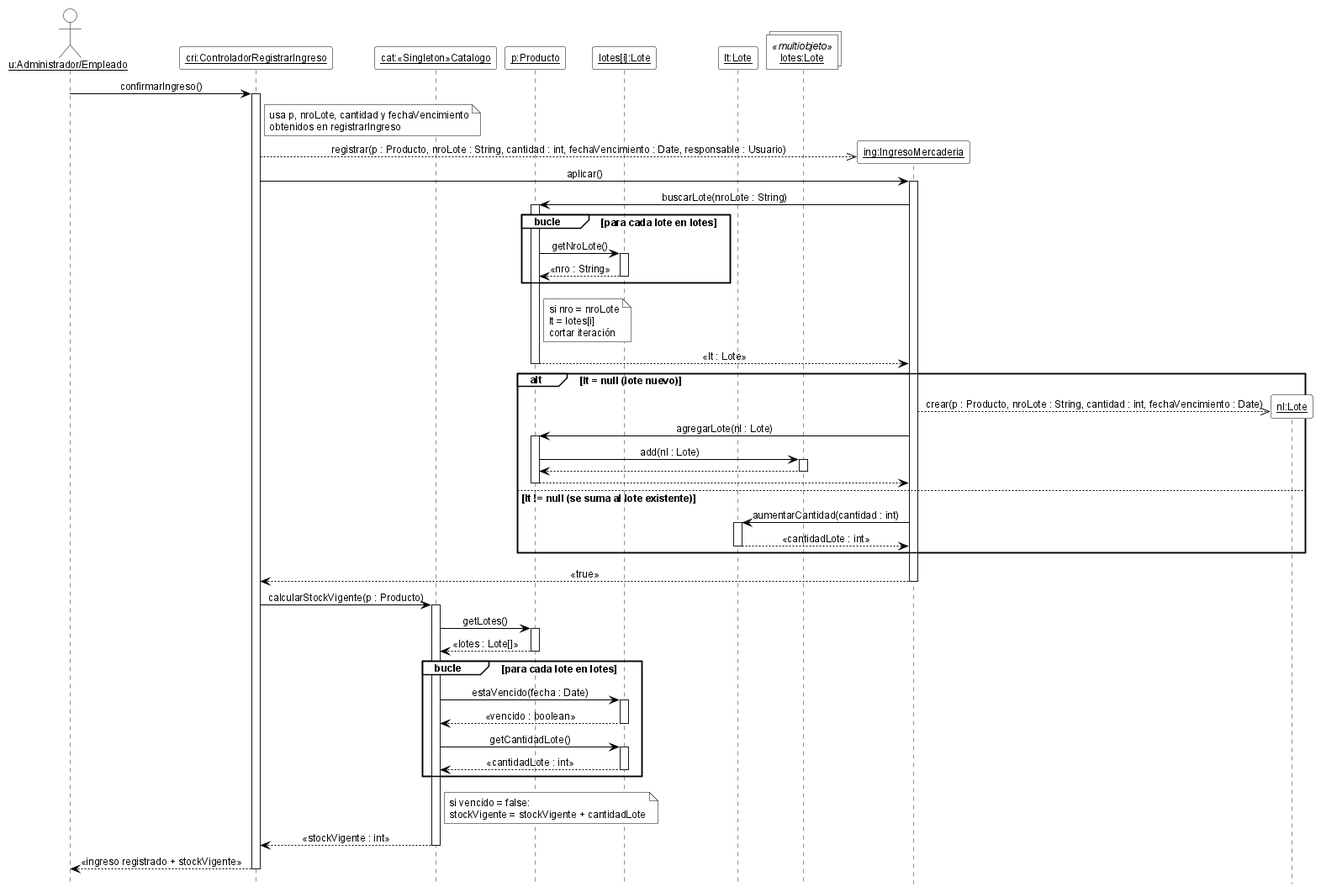
The PlantUML diagram 08-Diagrama De Secuencia/DSD_CU-05_confirmarIngreso.png in cirotop/Stock-Project, before a commit. Source of this version:
```plantuml
@startuml DSD_CU-05_confirmarIngreso
hide footbox
skinparam shadowing false
skinparam defaultFontName Arial
skinparam defaultFontSize 12
skinparam sequenceMessageAlign center
skinparam ArrowColor black
skinparam ParticipantBackgroundColor white
skinparam ParticipantBorderColor black
skinparam CollectionsBackgroundColor white
skinparam CollectionsBorderColor black
skinparam ActorBackgroundColor white
skinparam ActorBorderColor black
skinparam LifeLineBorderColor black
skinparam LifeLineBackgroundColor white
skinparam SequenceGroupBackgroundColor white
skinparam SequenceGroupBorderColor black
skinparam SequenceGroupHeaderFontColor black
skinparam NoteBackgroundColor white
skinparam NoteBorderColor black

actor "<u>u:Administrador/Empleado</u>" as u
participant "<u>cri:ControladorRegistrarIngreso</u>" as cri
participant "<u>cat:«Singleton»Catalogo</u>" as cat
participant "<u>p:Producto</u>" as p
participant "<u>lotes[i]:Lote</u>" as li
participant "<u>lt:Lote</u>" as lt
collections "<u>lotes:Lote</u>" as ml <<multiobjeto>>

u -> cri ++ : confirmarIngreso()
note right of cri : usa p, nroLote, cantidad y fechaVencimiento\nobtenidos en registrarIngreso
create participant "<u>ing:IngresoMercaderia</u>" as ing
cri -->> ing : registrar(p : Producto, nroLote : String, cantidad : int, fechaVencimiento : Date, responsable : Usuario)
cri -> ing ++ : aplicar()
ing -> p ++ : buscarLote(nroLote : String)
group bucle [para cada lote en lotes]
  p -> li ++ : getNroLote()
  li --> p -- : «nro : String»
end
note right of p
  si nro = nroLote
  lt = lotes[i]
  cortar iteración
end note
p --> ing -- : «lt : Lote»
alt lt = null (lote nuevo)
  create participant "<u>nl:Lote</u>" as nl
  ing -->> nl : crear(p : Producto, nroLote : String, cantidad : int, fechaVencimiento : Date)
  ing -> p ++ : agregarLote(nl : Lote)
  p -> ml ++ : add(nl : Lote)
  ml --> p --
  p --> ing --
else lt != null (se suma al lote existente)
  ing -> lt ++ : aumentarCantidad(cantidad : int)
  lt --> ing -- : «cantidadLote : int»
end
ing --> cri -- : «true»
cri -> cat ++ : calcularStockVigente(p : Producto)
cat -> p ++ : getLotes()
p --> cat -- : «lotes : Lote[]»
group bucle [para cada lote en lotes]
  cat -> li ++ : estaVencido(fecha : Date)
  li --> cat -- : «vencido : boolean»
  cat -> li ++ : getCantidadLote()
  li --> cat -- : «cantidadLote : int»
end
note right of cat : si vencido = false:\nstockVigente = stockVigente + cantidadLote
cat --> cri -- : «stockVigente : int»
cri --> u -- : «ingreso registrado + stockVigente»

@enduml
```
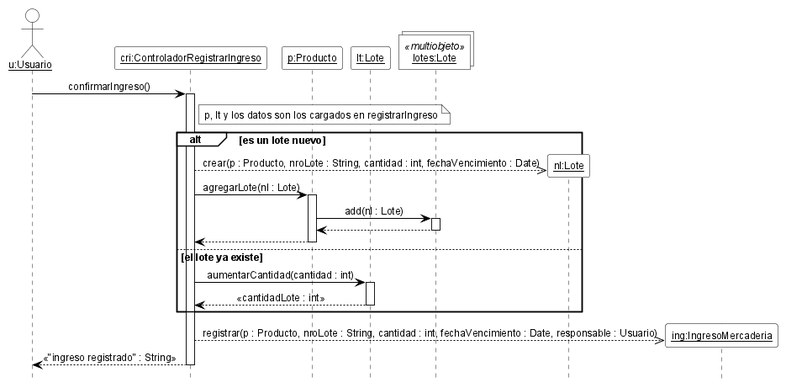
After the change.

What changed in the source:
```diff
@@ -19,53 +19,27 @@
 skinparam NoteBackgroundColor white
 skinparam NoteBorderColor black
 
-actor "<u>u:Administrador/Empleado</u>" as u
+actor "<u>u:Usuario</u>" as u
 participant "<u>cri:ControladorRegistrarIngreso</u>" as cri
-participant "<u>cat:«Singleton»Catalogo</u>" as cat
 participant "<u>p:Producto</u>" as p
-participant "<u>lotes[i]:Lote</u>" as li
 participant "<u>lt:Lote</u>" as lt
 collections "<u>lotes:Lote</u>" as ml <<multiobjeto>>
 
 u -> cri ++ : confirmarIngreso()
-note right of cri : usa p, nroLote, cantidad y fechaVencimiento\nobtenidos en registrarIngreso
+note right of cri : p, lt y los datos son los cargados en registrarIngreso
+alt es un lote nuevo
+  create participant "<u>nl:Lote</u>" as nl
+  cri -->> nl : crear(p : Producto, nroLote : String, cantidad : int, fechaVencimiento : Date)
+  cri -> p ++ : agregarLote(nl : Lote)
+  p -> ml ++ : add(nl : Lote)
+  ml --> p --
+  p --> cri --
+else el lote ya existe
+  cri -> lt ++ : aumentarCantidad(cantidad : int)
+  lt --> cri -- : «cantidadLote : int»
+end
 create participant "<u>ing:IngresoMercaderia</u>" as ing
 cri -->> ing : registrar(p : Producto, nroLote : String, cantidad : int, fechaVencimiento : Date, responsable : Usuario)
-cri -> ing ++ : aplicar()
-ing -> p ++ : buscarLote(nroLote : String)
-group bucle [para cada lote en lotes]
-  p -> li ++ : getNroLote()
-  li --> p -- : «nro : String»
-end
-note right of p
-  si nro = nroLote
-  lt = lotes[i]
-  cortar iteración
-end note
-p --> ing -- : «lt : Lote»
-alt lt = null (lote nuevo)
-  create participant "<u>nl:Lote</u>" as nl
-  ing -->> nl : crear(p : Producto, nroLote : String, cantidad : int, fechaVencimiento : Date)
-  ing -> p ++ : agregarLote(nl : Lote)
-  p -> ml ++ : add(nl : Lote)
-  ml --> p --
-  p --> ing --
-else lt != null (se suma al lote existente)
-  ing -> lt ++ : aumentarCantidad(cantidad : int)
-  lt --> ing -- : «cantidadLote : int»
-end
-ing --> cri -- : «true»
-cri -> cat ++ : calcularStockVigente(p : Producto)
-cat -> p ++ : getLotes()
-p --> cat -- : «lotes : Lote[]»
-group bucle [para cada lote en lotes]
-  cat -> li ++ : estaVencido(fecha : Date)
-  li --> cat -- : «vencido : boolean»
-  cat -> li ++ : getCantidadLote()
-  li --> cat -- : «cantidadLote : int»
-end
-note right of cat : si vencido = false:\nstockVigente = stockVigente + cantidadLote
-cat --> cri -- : «stockVigente : int»
-cri --> u -- : «ingreso registrado + stockVigente»
+cri --> u -- : «"ingreso registrado" : String»
 
 @enduml
```
